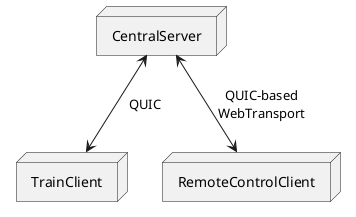
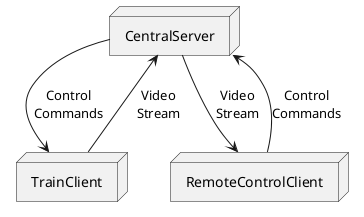
@startuml

node "CentralServer" as S

node "TrainClient" as TC
node "RemoteControlClient" as RCC

- S <--> TC : QUIC
- S <--> RCC : QUIC-based\nWebTransport
+ TC --> S : Video\nStream
+ S --> TC : Control\nCommands
+ 
+ S --> RCC : Video\nStream
+ RCC --> S : Control\nCommands

@enduml